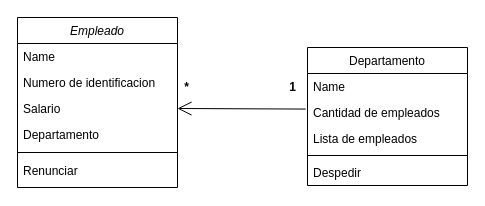
The draw.io diagram SistemadeGestion.drawio in AgustinaFontana/1prueba, before the edit. Source tidied: cells renumbered, new cells numbered last; positions are measured from the earlier drawing's top-left corner, leaving out a move shared by most shapes. Both pictures are drawn from the tidied source at 100%, with x=0, y=0 at pixel (17, 17).
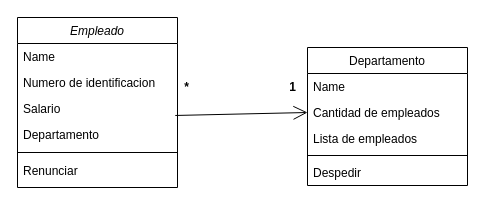
Above is the later version.

Diff of the diagram source:
```diff
@@
 <mxGraphModel>
   <root>
     <mxCell id="0" />
     <mxCell id="1" parent="0" />
     <mxCell id="2" value="Empleado" style="swimlane;fontStyle=2;align=center;verticalAlign=top;horizontal=1;startSize=26;rounded=0;shadow=0;strokeWidth=1;" parent="1" vertex="1">
       <mxGeometry width="160" height="170" as="geometry" />
     </mxCell>
     <mxCell id="3" value="Name" style="text;align=left;verticalAlign=top;spacingLeft=4;spacingRight=4;overflow=hidden;" parent="2" vertex="1">
       <mxGeometry y="26" width="160" height="26" as="geometry" />
     </mxCell>
     <mxCell id="4" value="Numero de identificacion" style="text;align=left;verticalAlign=top;spacingLeft=4;spacingRight=4;overflow=hidden;rounded=0;shadow=0;html=0;" parent="2" vertex="1">
       <mxGeometry y="52" width="160" height="26" as="geometry" />
     </mxCell>
     <mxCell id="5" value="Salario" style="text;align=left;verticalAlign=top;spacingLeft=4;spacingRight=4;overflow=hidden;points=[[0,0.5],[1,0.5]];portConstraint=eastwest;rounded=0;shadow=0;html=0;" parent="2" vertex="1">
       <mxGeometry y="78" width="160" height="26" as="geometry" />
     </mxCell>
     <mxCell id="6" value="Departamento" style="text;align=left;verticalAlign=top;spacingLeft=4;spacingRight=4;overflow=hidden;rounded=0;shadow=0;html=0;" parent="2" vertex="1">
       <mxGeometry y="104" width="160" height="26" as="geometry" />
     </mxCell>
     <mxCell id="7" style="line;html=1;strokeWidth=1;align=left;verticalAlign=middle;spacingTop=-1;spacingLeft=3;spacingRight=3;labelPosition=right;" parent="2" vertex="1">
       <mxGeometry y="130" width="160" height="10" as="geometry" />
     </mxCell>
     <mxCell id="8" value="Renunciar" style="text;align=left;verticalAlign=top;spacingLeft=4;spacingRight=4;overflow=hidden;rounded=0;shadow=0;html=0;" parent="2" vertex="1">
       <mxGeometry y="140" width="160" height="26" as="geometry" />
     </mxCell>
     <mxCell id="9" value="Departamento" style="swimlane;fontStyle=0;align=center;verticalAlign=top;horizontal=1;startSize=26;rounded=0;shadow=0;strokeWidth=1;" parent="1" vertex="1">
       <mxGeometry x="290" y="30" width="160" height="138" as="geometry" />
     </mxCell>
     <mxCell id="10" value="Name" style="text;align=left;verticalAlign=top;spacingLeft=4;spacingRight=4;overflow=hidden;points=[[0,0.5],[1,0.5]];portConstraint=eastwest;rounded=0;shadow=0;html=0;" parent="9" vertex="1">
       <mxGeometry y="26" width="160" height="26" as="geometry" />
     </mxCell>
     <mxCell id="11" value="Cantidad de empleados" style="text;align=left;verticalAlign=top;spacingLeft=4;spacingRight=4;overflow=hidden;points=[[0,0.5],[1,0.5]];portConstraint=eastwest;rounded=0;shadow=0;html=0;" parent="9" vertex="1">
       <mxGeometry y="52" width="160" height="26" as="geometry" />
     </mxCell>
     <mxCell id="12" value="Lista de empleados" style="text;align=left;verticalAlign=top;spacingLeft=4;spacingRight=4;overflow=hidden;rounded=0;shadow=0;html=0;" parent="9" vertex="1">
       <mxGeometry y="78" width="160" height="26" as="geometry" />
     </mxCell>
     <mxCell id="13" style="line;html=1;strokeWidth=1;align=left;verticalAlign=middle;spacingTop=-1;spacingLeft=3;spacingRight=3;labelPosition=right;" parent="9" vertex="1">
       <mxGeometry y="104" width="160" height="8" as="geometry" />
     </mxCell>
     <mxCell id="14" value="Despedir" style="text;align=left;verticalAlign=top;spacingLeft=4;spacingRight=4;overflow=hidden;rounded=0;shadow=0;html=0;" parent="9" vertex="1">
       <mxGeometry y="112" width="160" height="26" as="geometry" />
     </mxCell>
-    <mxCell id="15" style="endArrow=open;endFill=1;endSize=12;html=1;rounded=0;entryX=1;entryY=0.5;entryDx=0;entryDy=0;exitX=-0.011;exitY=1.368;exitDx=0;exitDy=0;exitPerimeter=0;" parent="1" edge="1" source="10" target="5">
+    <mxCell id="15" style="endArrow=open;endFill=1;endSize=12;html=1;rounded=0;entryX=0;entryY=0.5;entryDx=0;entryDy=0;exitX=0.986;exitY=0.768;exitDx=0;exitDy=0;exitPerimeter=0;" parent="1" edge="1" source="5" target="11">
       <mxGeometry relative="1" as="geometry" />
     </mxCell>
     <mxCell id="16" value="*" style="text;align=center;fontStyle=1;verticalAlign=middle;spacingLeft=3;spacingRight=3;strokeColor=none;html=1;" parent="1" vertex="1">
       <mxGeometry x="144" y="57" width="50" height="26" as="geometry" />
     </mxCell>
     <mxCell id="17" value="1" style="text;align=center;fontStyle=1;verticalAlign=middle;spacingLeft=3;spacingRight=3;strokeColor=none;html=1;" parent="1" vertex="1">
       <mxGeometry x="250" y="57" width="50" height="26" as="geometry" />
     </mxCell>
   </root>
 </mxGraphModel>
```
